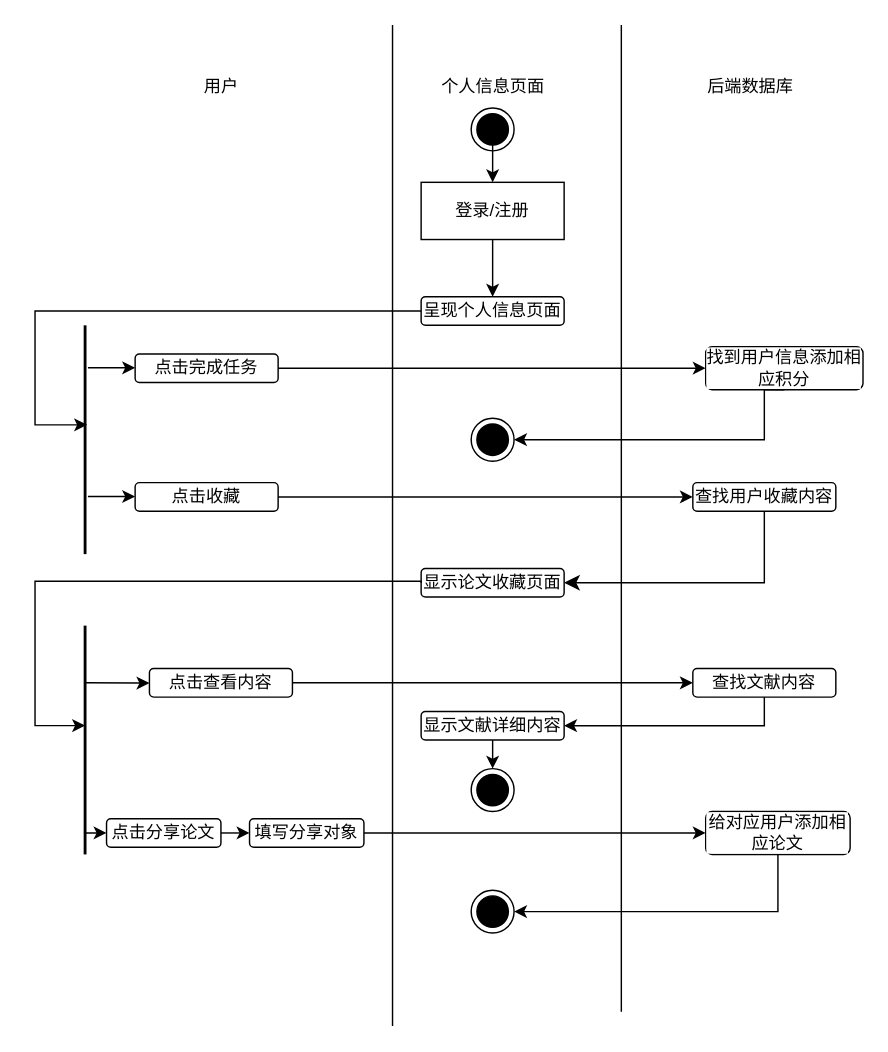
The draw.io diagram 未命名绘图.drawio in yearnallover/step_into_chatgpt, before the edit. Source tidied: cells renumbered, new cells numbered last; positions are measured from the earlier drawing's top-left corner, leaving out a move shared by most shapes. Both pictures are drawn from the tidied source at 143%, with x=0, y=0 at pixel (34, 24).
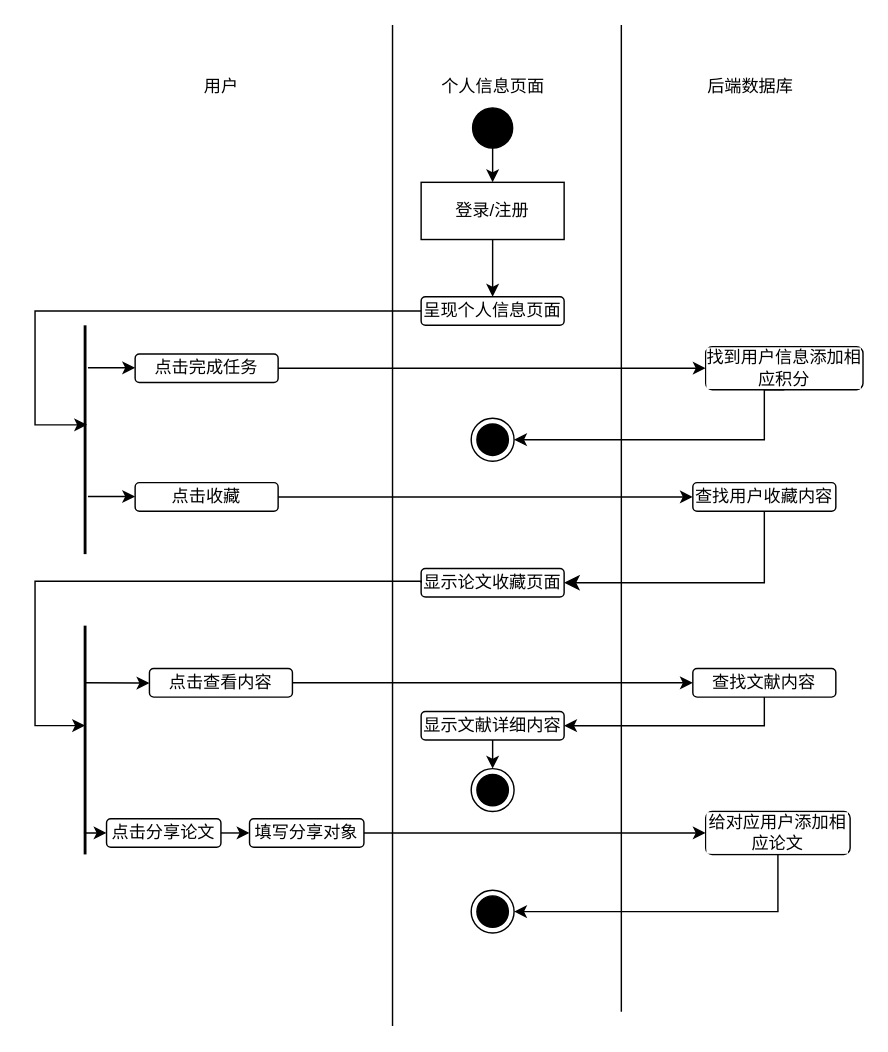
The same diagram, later.

Commit message:
更新未命名绘图.drawio

Change to the diagram source:
```diff
@@
-    <mxCell id="36" style="ellipse;html=1;shape=endState;fillColor=#000000;strokeColor=#000000;fontColor=#000000;labelBackgroundColor=default;" parent="1" vertex="1">
-      <mxGeometry x="305" y="58" width="30" height="30" as="geometry" />
-    </mxCell>
@@
+    <mxCell id="44" style="ellipse;whiteSpace=wrap;html=1;fillColor=#000000;" parent="1" vertex="1">
+      <mxGeometry x="306" y="58" width="28" height="28" as="geometry" />
+    </mxCell>
```
